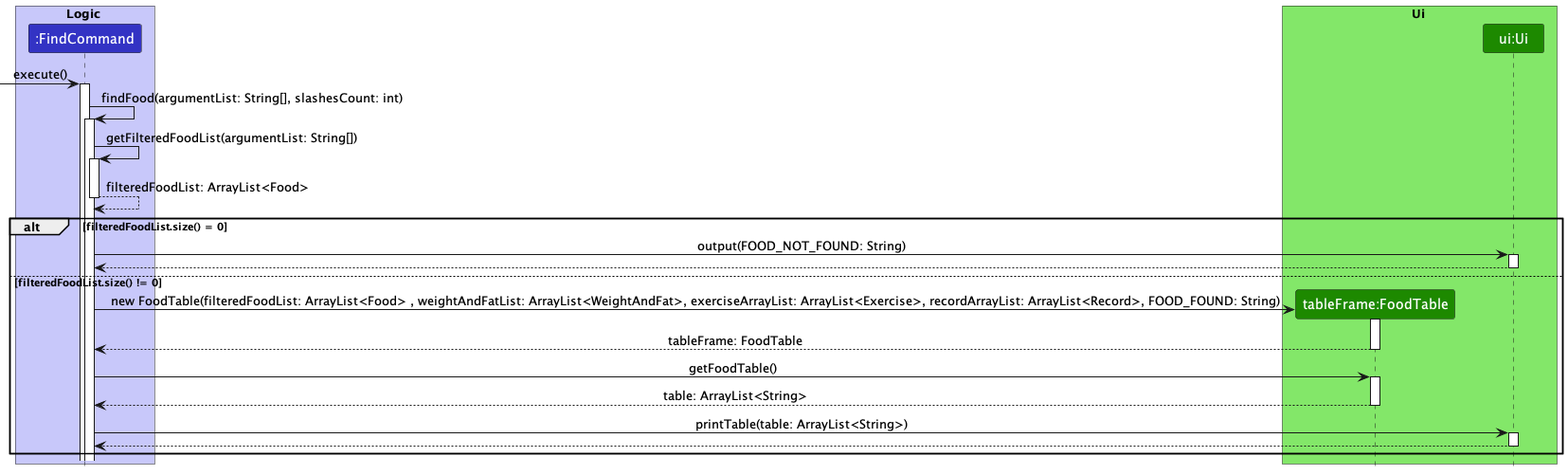
Before: docs/UmlDiagrams/FindFood.png, a diagram exported from PlantUML (nus-cs2113-AY2223S1/tp).
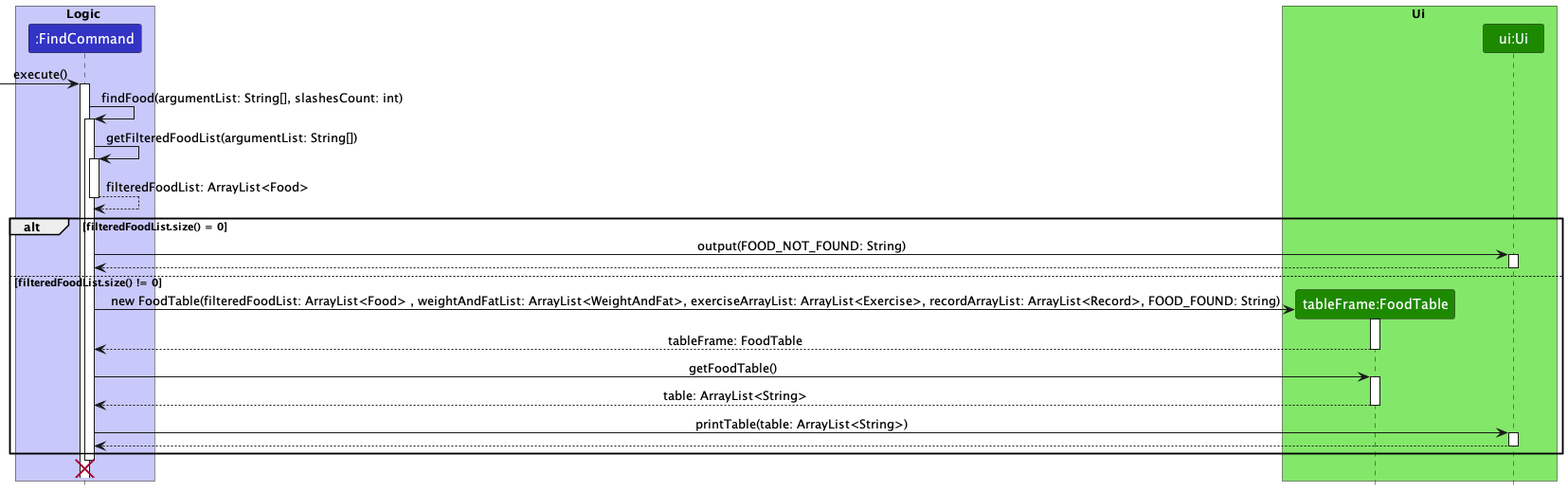
The same file after the commit.

The edit, as a diff of the source:
```diff
@@ -17,7 +17,6 @@
 FindCommand -> FindCommand: getFilteredFoodList(argumentList: String[])
 return filteredFoodList: ArrayList<Food>
 
-
 alt filteredFoodList.size() = 0
     FindCommand -> Ui: output(FOOD_NOT_FOUND: String)
     return
@@ -30,4 +29,6 @@
 FindCommand -> Ui: printTable(table: ArrayList<String>)
 return
 end
+
+destroy FindCommand
 @enduml
```
